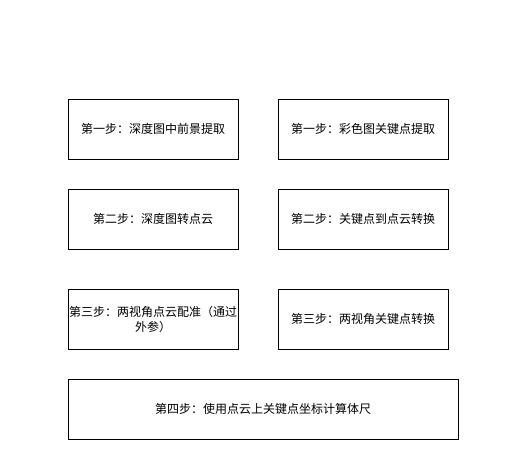
Above: xnr.drawio in yzy1421/Amateur-women-basketball-in-China (draw.io), before the change. Source tidied: cells renumbered, new cells numbered last; positions are measured from the earlier drawing's top-left corner, leaving out a move shared by most shapes. Both pictures are drawn from the tidied source at 100%, with x=0, y=0 at pixel (68, 99).
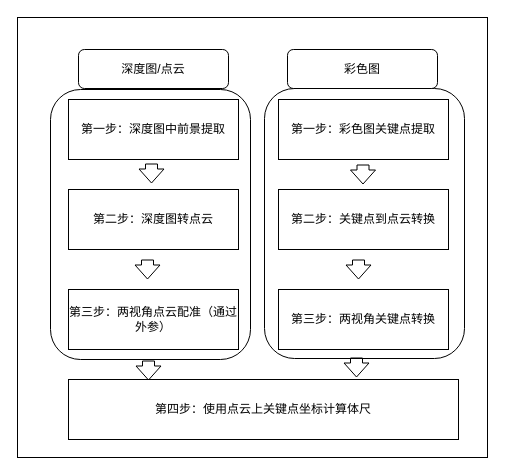
Above is the later version.

Change to the diagram source:
```diff
@@
+    <mxCell id="9" style="rounded=0;whiteSpace=wrap;html=1;" parent="1" vertex="1">
+      <mxGeometry x="-51" y="-82" width="470" height="440" as="geometry" />
+    </mxCell>
+    <mxCell id="10" style="rounded=1;whiteSpace=wrap;html=1;" parent="1" vertex="1">
+      <mxGeometry x="196" y="-11" width="200" height="270" as="geometry" />
+    </mxCell>
+    <mxCell id="11" style="rounded=1;whiteSpace=wrap;html=1;" parent="1" vertex="1">
+      <mxGeometry x="-18" y="-10" width="200" height="270" as="geometry" />
+    </mxCell>
@@
+    <mxCell id="12" style="shape=flexArrow;endArrow=classic;html=1;rounded=0;width=12;endSize=4.33;endWidth=12;" parent="1" edge="1">
+      <mxGeometry relative="1" as="geometry">
+        <mxPoint x="83" y="64" as="sourcePoint" />
+        <mxPoint x="83" y="84" as="targetPoint" />
+      </mxGeometry>
+    </mxCell>
+    <mxCell id="13" style="shape=flexArrow;endArrow=classic;html=1;rounded=0;width=12;endSize=4.33;endWidth=12;" parent="1" edge="1">
+      <mxGeometry relative="1" as="geometry">
+        <mxPoint x="294.5" y="65" as="sourcePoint" />
+        <mxPoint x="294.5" y="85" as="targetPoint" />
+      </mxGeometry>
+    </mxCell>
+    <mxCell id="14" style="shape=flexArrow;endArrow=classic;html=1;rounded=0;width=12;endSize=4.33;endWidth=12;" parent="1" edge="1">
+      <mxGeometry relative="1" as="geometry">
+        <mxPoint x="79" y="160" as="sourcePoint" />
+        <mxPoint x="79" y="180" as="targetPoint" />
+      </mxGeometry>
+    </mxCell>
+    <mxCell id="15" style="shape=flexArrow;endArrow=classic;html=1;rounded=0;width=12;endSize=4.33;endWidth=12;" parent="1" edge="1">
+      <mxGeometry relative="1" as="geometry">
+        <mxPoint x="80" y="261" as="sourcePoint" />
+        <mxPoint x="80" y="281" as="targetPoint" />
+      </mxGeometry>
+    </mxCell>
+    <mxCell id="16" style="shape=flexArrow;endArrow=classic;html=1;rounded=0;width=12;endSize=4.33;endWidth=12;" parent="1" edge="1">
+      <mxGeometry relative="1" as="geometry">
+        <mxPoint x="290" y="160" as="sourcePoint" />
+        <mxPoint x="290" y="180" as="targetPoint" />
+      </mxGeometry>
+    </mxCell>
+    <mxCell id="17" style="shape=flexArrow;endArrow=classic;html=1;rounded=0;width=12;endSize=4.33;endWidth=12;" parent="1" edge="1">
+      <mxGeometry relative="1" as="geometry">
+        <mxPoint x="288" y="258" as="sourcePoint" />
+        <mxPoint x="288" y="278" as="targetPoint" />
+      </mxGeometry>
+    </mxCell>
+    <mxCell id="18" value="深度图/点云" style="rounded=1;whiteSpace=wrap;html=1;" parent="1" vertex="1">
+      <mxGeometry x="10" y="-50" width="150" height="39" as="geometry" />
+    </mxCell>
+    <mxCell id="19" value="彩色图" style="rounded=1;whiteSpace=wrap;html=1;" parent="1" vertex="1">
+      <mxGeometry x="219" y="-50" width="150" height="39" as="geometry" />
+    </mxCell>
```
